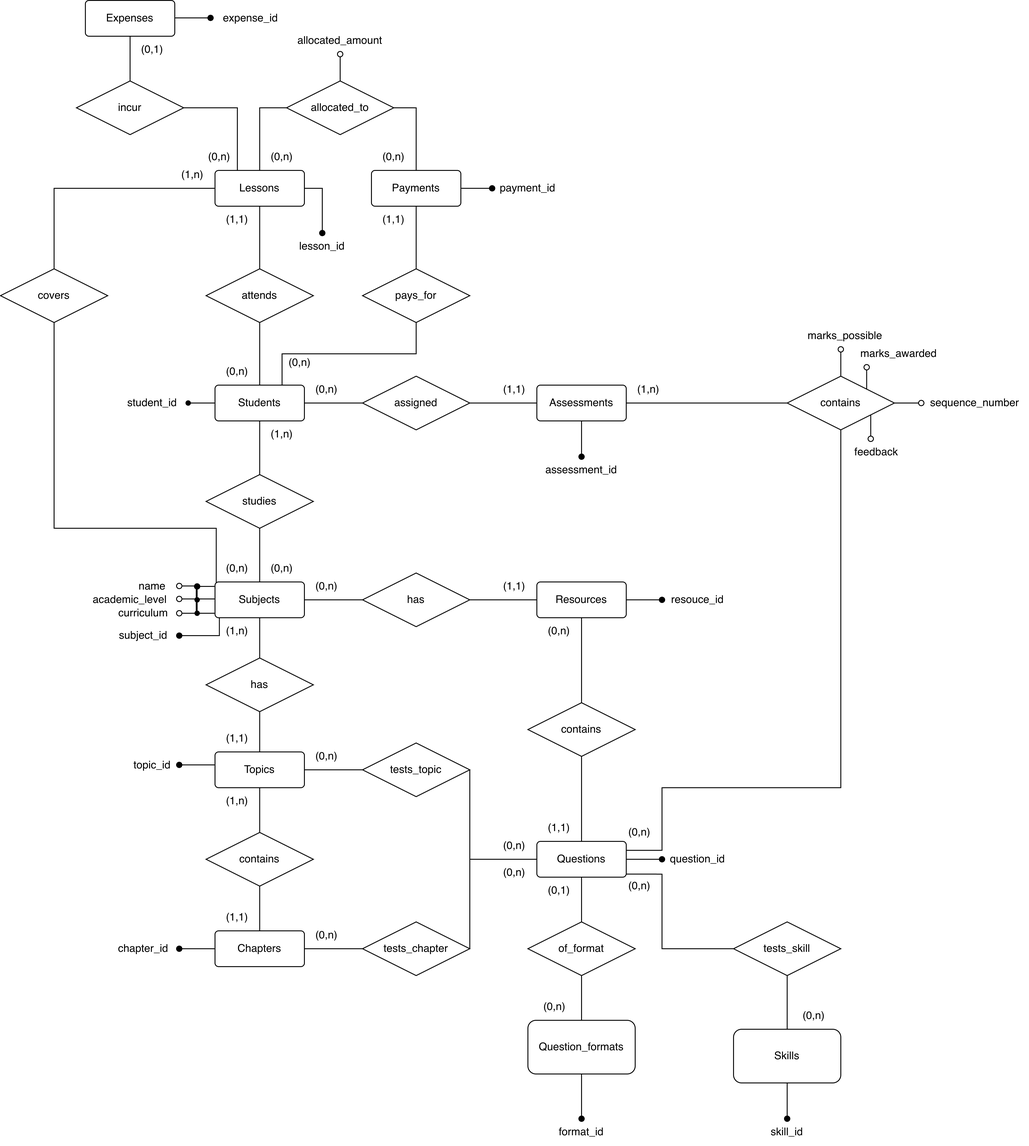
The draw.io diagram diagrams/ERD_2.png in OliverQiL/tutoring, before a commit. Source tidied: cells renumbered, new cells last; positions are measured from the earlier drawing's top-left corner, leaving out a move shared by most shapes.
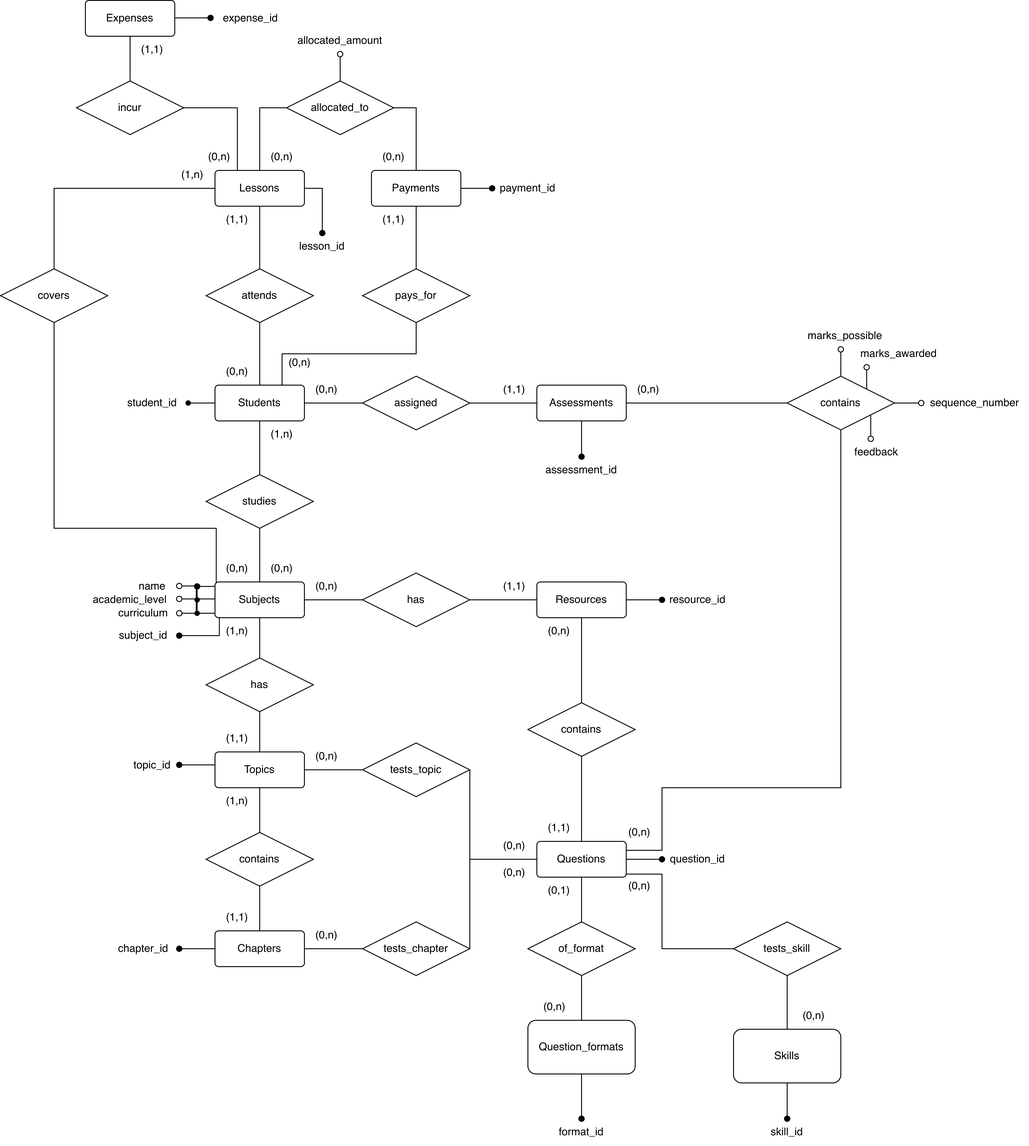
The same diagram one commit later.

The edit, as a diff of the source:
```diff
@@ -233,7 +233,7 @@
         <mxPoint x="740" y="670" as="sourcePoint" />
       </mxGeometry>
     </mxCell>
-    <mxCell id="67" value="resouce_id" style="text;html=1;whiteSpace=wrap;strokeColor=none;fillColor=none;align=center;verticalAlign=middle;rounded=0;" parent="1" vertex="1">
+    <mxCell id="67" value="resource_id" style="text;html=1;whiteSpace=wrap;strokeColor=none;fillColor=none;align=center;verticalAlign=middle;rounded=0;" parent="1" vertex="1">
       <mxGeometry x="750" y="655" width="60" height="30" as="geometry" />
     </mxCell>
     <mxCell id="68" value="question_id" style="text;html=1;whiteSpace=wrap;strokeColor=none;fillColor=none;align=center;verticalAlign=middle;rounded=0;" parent="1" vertex="1">
@@ -325,7 +325,7 @@
     <mxCell id="93" value="(1,1)" style="text;html=1;whiteSpace=wrap;strokeColor=none;fillColor=none;align=center;verticalAlign=middle;rounded=0;" parent="1" vertex="1">
       <mxGeometry x="550" y="420" width="50" height="30" as="geometry" />
     </mxCell>
-    <mxCell id="94" value="(1,n)" style="text;html=1;whiteSpace=wrap;strokeColor=none;fillColor=none;align=center;verticalAlign=middle;rounded=0;" parent="1" vertex="1">
+    <mxCell id="94" value="(0,n)" style="text;html=1;whiteSpace=wrap;strokeColor=none;fillColor=none;align=center;verticalAlign=middle;rounded=0;" parent="1" vertex="1">
       <mxGeometry x="700" y="420" width="50" height="30" as="geometry" />
     </mxCell>
     <mxCell id="95" value="(0,n)" style="text;html=1;whiteSpace=wrap;strokeColor=none;fillColor=none;align=center;verticalAlign=middle;rounded=0;" parent="1" vertex="1">
@@ -426,7 +426,7 @@
     <mxCell id="123" value="(0,n)" style="text;html=1;whiteSpace=wrap;strokeColor=none;fillColor=none;align=center;verticalAlign=middle;rounded=0;" parent="1" vertex="1">
       <mxGeometry x="220" y="160" width="50" height="30" as="geometry" />
     </mxCell>
-    <mxCell id="124" value="(0,1)" style="text;html=1;whiteSpace=wrap;strokeColor=none;fillColor=none;align=center;verticalAlign=middle;rounded=0;" parent="1" vertex="1">
+    <mxCell id="124" value="(1,1)" style="text;html=1;whiteSpace=wrap;strokeColor=none;fillColor=none;align=center;verticalAlign=middle;rounded=0;" parent="1" vertex="1">
       <mxGeometry x="145" y="40" width="50" height="30" as="geometry" />
     </mxCell>
     <mxCell id="125" style="edgeStyle=orthogonalEdgeStyle;rounded=0;jettySize=auto;html=1;defaultLabelBackgroundColor=page;endArrow=oval;endFill=1;exitX=1;exitY=0.5;exitDx=0;exitDy=0;" parent="1" edge="1" source="113">
```
